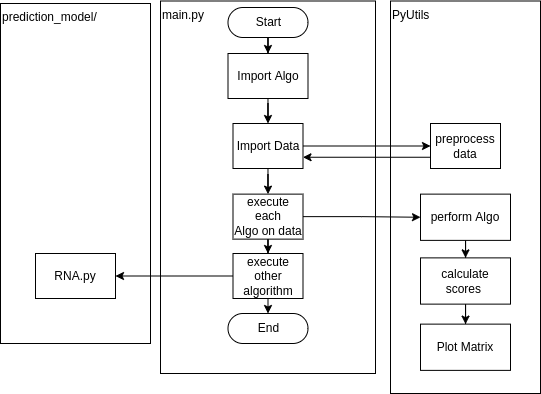
Above: Flowchart.png in Dirbeq/MSPR2BigDataIA (draw.io), before the change. Source tidied: cells renumbered, new cells last; positions are measured from the earlier drawing's top-left corner, leaving out a move shared by most shapes. The source it was exported from:
```xml
<mxGraphModel>
  <root>
    <mxCell id="0" />
    <mxCell id="1" parent="0" />
    <mxCell id="2" value="main.py" style="rounded=0;whiteSpace=wrap;html=1;align=left;verticalAlign=top;" parent="1" vertex="1">
      <mxGeometry x="160" y="-0.5" width="215" height="372.5" as="geometry" />
    </mxCell>
    <mxCell id="3" style="edgeStyle=orthogonalEdgeStyle;rounded=0;jettySize=auto;html=1;" parent="1" edge="1" source="4" target="12">
      <mxGeometry relative="1" as="geometry" />
    </mxCell>
    <mxCell id="4" value="Start" style="html=1;dashed=0;whitespace=wrap;shape=mxgraph.dfd.start;" parent="1" vertex="1">
      <mxGeometry x="227.5" y="6" width="80" height="30" as="geometry" />
    </mxCell>
    <mxCell id="5" value="PyUtils" style="rounded=0;whiteSpace=wrap;html=1;align=left;verticalAlign=top;" parent="1" vertex="1">
      <mxGeometry x="390" y="-0.5" width="150" height="392.5" as="geometry" />
    </mxCell>
    <mxCell id="6" style="edgeStyle=orthogonalEdgeStyle;rounded=0;jettySize=auto;html=1;entryX=0;entryY=0.5;entryDx=0;entryDy=0;" parent="1" edge="1" source="8" target="10">
      <mxGeometry relative="1" as="geometry" />
    </mxCell>
    <mxCell id="7" style="edgeStyle=orthogonalEdgeStyle;rounded=0;jettySize=auto;html=1;entryX=0.5;entryY=0;entryDx=0;entryDy=0;" parent="1" edge="1" source="8" target="15">
      <mxGeometry relative="1" as="geometry" />
    </mxCell>
    <mxCell id="8" value="Import Data" style="whiteSpace=wrap;html=1;dashed=0;" parent="1" vertex="1">
      <mxGeometry x="232.5" y="122" width="70" height="45" as="geometry" />
    </mxCell>
    <mxCell id="9" style="edgeStyle=orthogonalEdgeStyle;rounded=0;jettySize=auto;html=1;exitX=0;exitY=0.75;exitDx=0;exitDy=0;entryX=1;entryY=0.75;entryDx=0;entryDy=0;" parent="1" edge="1" source="10" target="8">
      <mxGeometry relative="1" as="geometry" />
    </mxCell>
    <mxCell id="10" value="preprocess data" style="whiteSpace=wrap;html=1;dashed=0;" parent="1" vertex="1">
      <mxGeometry x="430" y="122" width="70" height="45" as="geometry" />
    </mxCell>
    <mxCell id="11" style="edgeStyle=orthogonalEdgeStyle;rounded=0;jettySize=auto;html=1;entryX=0.5;entryY=0;entryDx=0;entryDy=0;" parent="1" edge="1" source="12" target="8">
      <mxGeometry relative="1" as="geometry" />
    </mxCell>
    <mxCell id="12" value="Import Algo" style="whiteSpace=wrap;html=1;dashed=0;" parent="1" vertex="1">
      <mxGeometry x="227.5" y="52" width="80" height="45" as="geometry" />
    </mxCell>
    <mxCell id="13" style="edgeStyle=orthogonalEdgeStyle;rounded=0;jettySize=auto;html=1;entryX=0;entryY=0.5;entryDx=0;entryDy=0;" parent="1" edge="1" source="15" target="17">
      <mxGeometry relative="1" as="geometry" />
    </mxCell>
    <mxCell id="14" style="edgeStyle=orthogonalEdgeStyle;rounded=0;jettySize=auto;html=1;entryX=0.5;entryY=0;entryDx=0;entryDy=0;" parent="1" edge="1" source="15" target="25">
      <mxGeometry relative="1" as="geometry" />
    </mxCell>
    <mxCell id="15" value="execute each Algo&amp;nbsp;on data" style="whiteSpace=wrap;html=1;dashed=0;" parent="1" vertex="1">
      <mxGeometry x="232.5" y="192.6" width="70" height="45" as="geometry" />
    </mxCell>
    <mxCell id="16" style="edgeStyle=orthogonalEdgeStyle;rounded=0;jettySize=auto;html=1;" parent="1" edge="1" source="17" target="19">
      <mxGeometry relative="1" as="geometry" />
    </mxCell>
    <mxCell id="17" value="perform Algo" style="whiteSpace=wrap;html=1;dashed=0;" parent="1" vertex="1">
      <mxGeometry x="420" y="192.6" width="90" height="46.2" as="geometry" />
    </mxCell>
    <mxCell id="18" style="edgeStyle=orthogonalEdgeStyle;rounded=0;jettySize=auto;html=1;" parent="1" edge="1" source="19" target="20">
      <mxGeometry relative="1" as="geometry" />
    </mxCell>
    <mxCell id="19" value="calculate scores&amp;nbsp;" style="whiteSpace=wrap;html=1;dashed=0;" parent="1" vertex="1">
      <mxGeometry x="420" y="256.4" width="90" height="46.2" as="geometry" />
    </mxCell>
    <mxCell id="20" value="Plot Matrix" style="whiteSpace=wrap;html=1;dashed=0;" parent="1" vertex="1">
      <mxGeometry x="420" y="322.6" width="90" height="46.2" as="geometry" />
    </mxCell>
    <mxCell id="21" value="prediction_model/" style="rounded=0;whiteSpace=wrap;html=1;align=left;verticalAlign=top;" parent="1" vertex="1">
      <mxGeometry y="2" width="150" height="340" as="geometry" />
    </mxCell>
    <mxCell id="22" value="RNA.py" style="whiteSpace=wrap;html=1;dashed=0;" parent="1" vertex="1">
      <mxGeometry x="35" y="252" width="80" height="45" as="geometry" />
    </mxCell>
    <mxCell id="23" style="edgeStyle=orthogonalEdgeStyle;rounded=0;jettySize=auto;html=1;entryX=1;entryY=0.5;entryDx=0;entryDy=0;" parent="1" edge="1" source="25" target="22">
      <mxGeometry relative="1" as="geometry" />
    </mxCell>
    <mxCell id="24" style="edgeStyle=orthogonalEdgeStyle;rounded=0;jettySize=auto;html=1;exitX=0.5;exitY=1;exitDx=0;exitDy=0;entryX=0.5;entryY=0.5;entryDx=0;entryDy=-15.000000000000002;entryPerimeter=0;" parent="1" edge="1" source="25" target="26">
      <mxGeometry relative="1" as="geometry" />
    </mxCell>
    <mxCell id="25" value="execute other algorithm" style="whiteSpace=wrap;html=1;dashed=0;" parent="1" vertex="1">
      <mxGeometry x="232.5" y="252" width="70" height="45" as="geometry" />
    </mxCell>
    <mxCell id="26" value="End" style="html=1;dashed=0;whitespace=wrap;shape=mxgraph.dfd.start;" parent="1" vertex="1">
      <mxGeometry x="227.5" y="312" width="80" height="30" as="geometry" />
    </mxCell>
  </root>
</mxGraphModel>
```
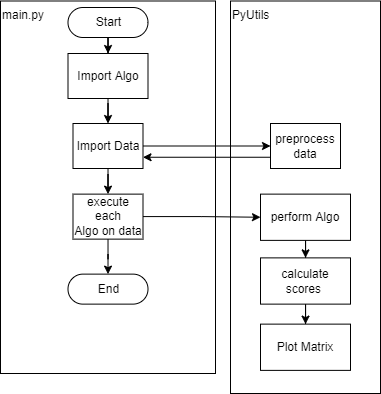
Later version of the same file.

Change to the diagram source:
```diff
@@ -38,9 +38,9 @@
     <mxCell id="13" style="edgeStyle=orthogonalEdgeStyle;rounded=0;jettySize=auto;html=1;entryX=0;entryY=0.5;entryDx=0;entryDy=0;" parent="1" edge="1" source="15" target="17">
       <mxGeometry relative="1" as="geometry" />
     </mxCell>
-    <mxCell id="14" style="edgeStyle=orthogonalEdgeStyle;rounded=0;jettySize=auto;html=1;entryX=0.5;entryY=0;entryDx=0;entryDy=0;" parent="1" edge="1" source="15" target="25">
-      <mxGeometry relative="1" as="geometry" />
-    </mxCell>
+    <mxCell id="24" style="edgeStyle=orthogonalEdgeStyle;rounded=0;jettySize=auto;html=1;entryX=0.5;entryY=0.5;entryDx=0;entryDy=-15;entryPerimeter=0;" parent="1" edge="1" source="15" target="26">
+      <mxGeometry relative="1" as="geometry" />
+    </mxCell>
     <mxCell id="15" value="execute each Algo&amp;nbsp;on data" style="whiteSpace=wrap;html=1;dashed=0;" parent="1" vertex="1">
       <mxGeometry x="232.5" y="192.6" width="70" height="45" as="geometry" />
     </mxCell>
@@ -59,23 +59,8 @@
     <mxCell id="20" value="Plot Matrix" style="whiteSpace=wrap;html=1;dashed=0;" parent="1" vertex="1">
       <mxGeometry x="420" y="322.6" width="90" height="46.2" as="geometry" />
     </mxCell>
-    <mxCell id="21" value="prediction_model/" style="rounded=0;whiteSpace=wrap;html=1;align=left;verticalAlign=top;" parent="1" vertex="1">
-      <mxGeometry y="2" width="150" height="340" as="geometry" />
-    </mxCell>
-    <mxCell id="22" value="RNA.py" style="whiteSpace=wrap;html=1;dashed=0;" parent="1" vertex="1">
-      <mxGeometry x="35" y="252" width="80" height="45" as="geometry" />
-    </mxCell>
-    <mxCell id="23" style="edgeStyle=orthogonalEdgeStyle;rounded=0;jettySize=auto;html=1;entryX=1;entryY=0.5;entryDx=0;entryDy=0;" parent="1" edge="1" source="25" target="22">
-      <mxGeometry relative="1" as="geometry" />
-    </mxCell>
-    <mxCell id="24" style="edgeStyle=orthogonalEdgeStyle;rounded=0;jettySize=auto;html=1;exitX=0.5;exitY=1;exitDx=0;exitDy=0;entryX=0.5;entryY=0.5;entryDx=0;entryDy=-15.000000000000002;entryPerimeter=0;" parent="1" edge="1" source="25" target="26">
-      <mxGeometry relative="1" as="geometry" />
-    </mxCell>
-    <mxCell id="25" value="execute other algorithm" style="whiteSpace=wrap;html=1;dashed=0;" parent="1" vertex="1">
-      <mxGeometry x="232.5" y="252" width="70" height="45" as="geometry" />
-    </mxCell>
     <mxCell id="26" value="End" style="html=1;dashed=0;whitespace=wrap;shape=mxgraph.dfd.start;" parent="1" vertex="1">
-      <mxGeometry x="227.5" y="312" width="80" height="30" as="geometry" />
+      <mxGeometry x="227.5" y="272.6" width="80" height="30" as="geometry" />
     </mxCell>
   </root>
 </mxGraphModel>
```
